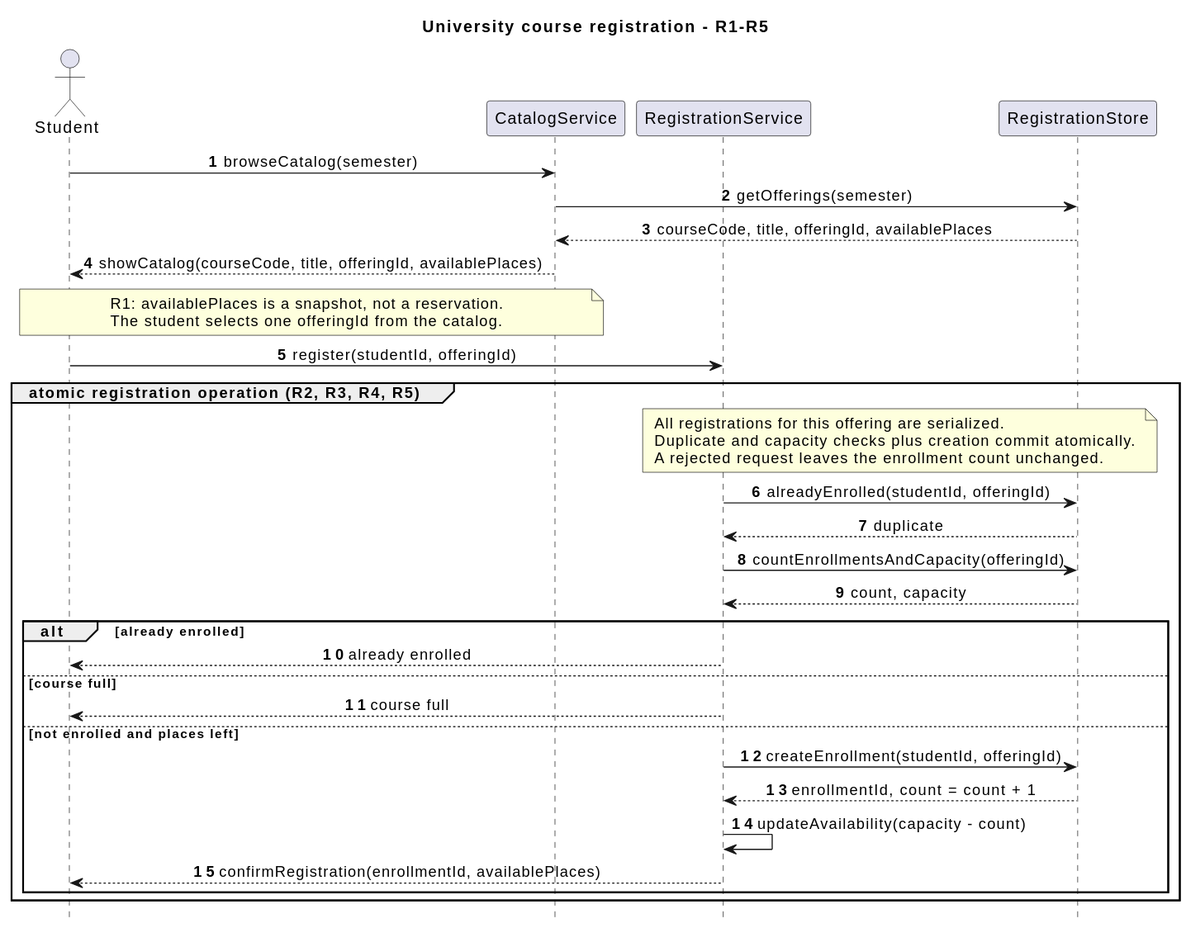
The PlantUML diagram sis-02/models/img/sequence.svg in Assylbek-Uzakbayev/SofwareENG, before a commit.
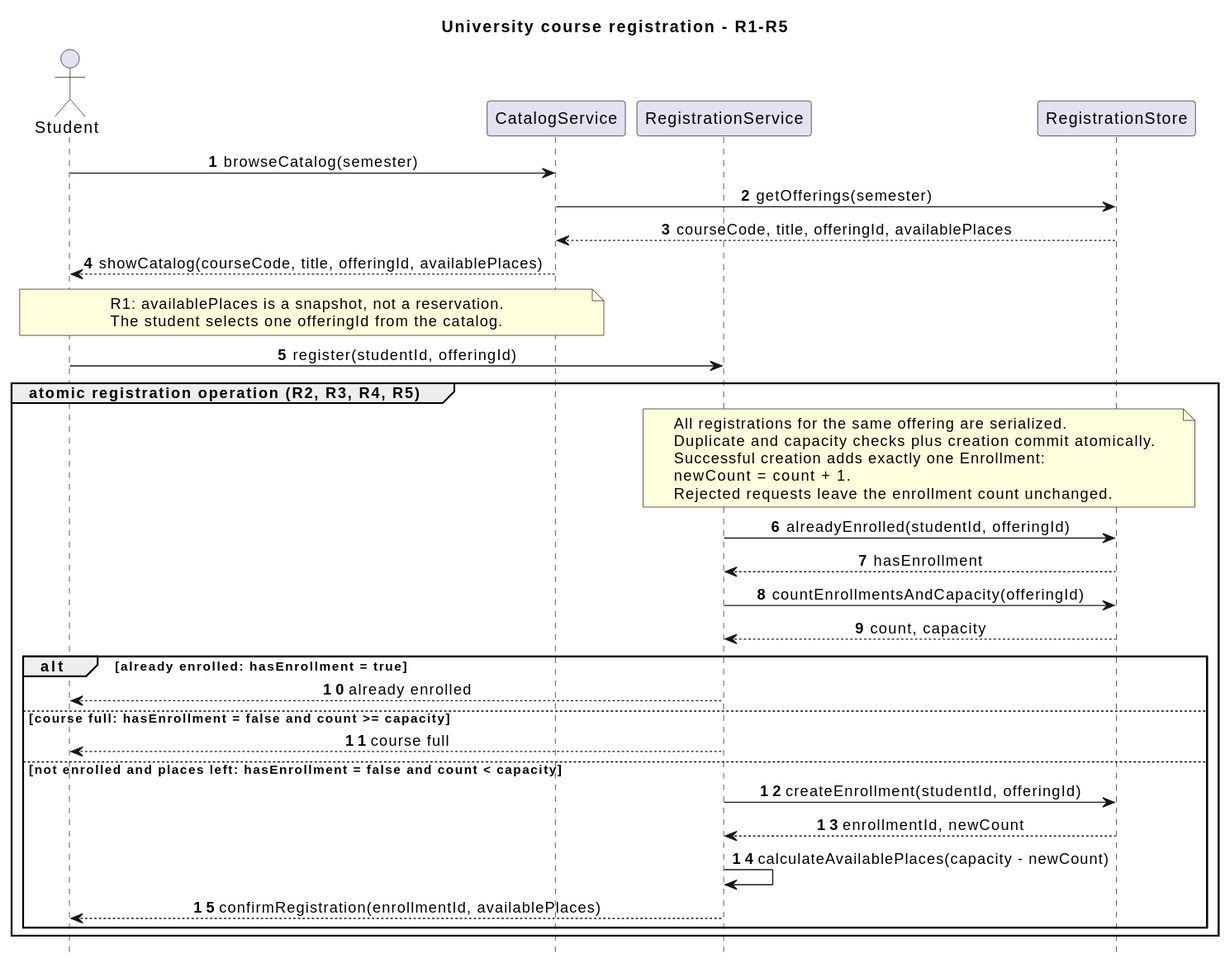
The same diagram one commit later.

Change to the diagram source:
```diff
@@ -4,6 +4,7 @@
 hide footbox
 title University course registration - R1-R5
 autonumber
+
 actor Student
 participant CatalogService
 participant RegistrationService
@@ -13,29 +14,36 @@
 CatalogService -> RegistrationStore: getOfferings(semester)
 RegistrationStore --> CatalogService: courseCode, title, offeringId, availablePlaces
 CatalogService --> Student: showCatalog(courseCode, title, offeringId, availablePlaces)
+
 note over Student, CatalogService
 R1: availablePlaces is a snapshot, not a reservation.
 The student selects one offeringId from the catalog.
 end note
+
 Student -> RegistrationService: register(studentId, offeringId)
+
 group atomic registration operation (R2, R3, R4, R5)
 note over RegistrationService, RegistrationStore
-All registrations for this offering are serialized.
+All registrations for the same offering are serialized.
 Duplicate and capacity checks plus creation commit atomically.
-A rejected request leaves the enrollment count unchanged.
+Successful creation adds exactly one Enrollment:
+newCount = count + 1.
+Rejected requests leave the enrollment count unchanged.
 end note
+
 RegistrationService -> RegistrationStore: alreadyEnrolled(studentId, offeringId)
-RegistrationStore --> RegistrationService: duplicate
+RegistrationStore --> RegistrationService: hasEnrollment
 RegistrationService -> RegistrationStore: countEnrollmentsAndCapacity(offeringId)
 RegistrationStore --> RegistrationService: count, capacity
-alt already enrolled
+
+alt already enrolled: hasEnrollment = true
 RegistrationService --> Student: already enrolled
-else course full
+else course full: hasEnrollment = false and count >= capacity
 RegistrationService --> Student: course full
-else not enrolled and places left
+else not enrolled and places left: hasEnrollment = false and count < capacity
 RegistrationService -> RegistrationStore: createEnrollment(studentId, offeringId)
-RegistrationStore --> RegistrationService: enrollmentId, count = count + 1
-RegistrationService -> RegistrationService: updateAvailability(capacity - count)
+RegistrationStore --> RegistrationService: enrollmentId, newCount
+RegistrationService -> RegistrationService: calculateAvailablePlaces(capacity - newCount)
 RegistrationService --> Student: confirmRegistration(enrollmentId, availablePlaces)
 end
 end
```
